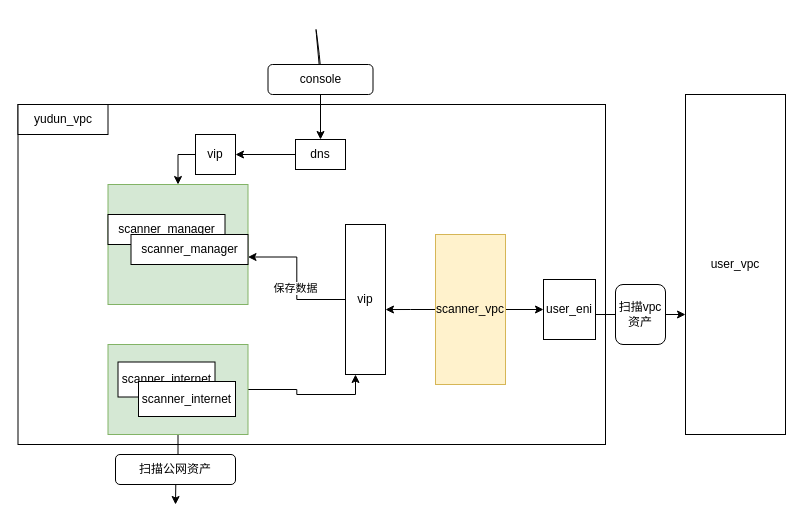
Above: Untitled Diagram.drawio in MyIdel/MyFirstGit (draw.io), before the change. Source tidied: cells renumbered, new cells numbered last; positions are measured from the earlier drawing's top-left corner, leaving out a move shared by most shapes. Both pictures are drawn from the tidied source at 100%, with x=0, y=0 at pixel (17, 24).
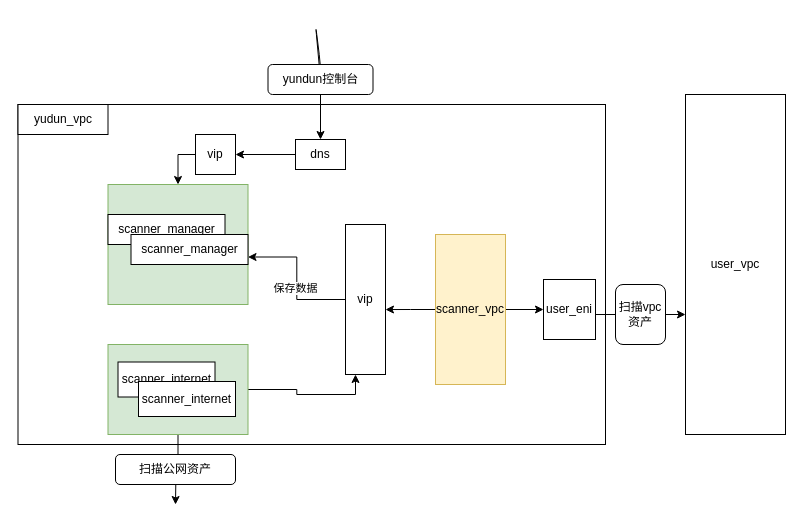
The same diagram, later.

The edit, as a diff of the source:
```diff
@@
-    <mxCell id="28" value="console" style="rounded=1;whiteSpace=wrap;html=1;" parent="1" vertex="1">
+    <mxCell id="28" value="yundun控制台" style="rounded=1;whiteSpace=wrap;html=1;" parent="1" vertex="1">
       <mxGeometry x="250.5" y="40" width="105" height="30" as="geometry" />
     </mxCell>
```
